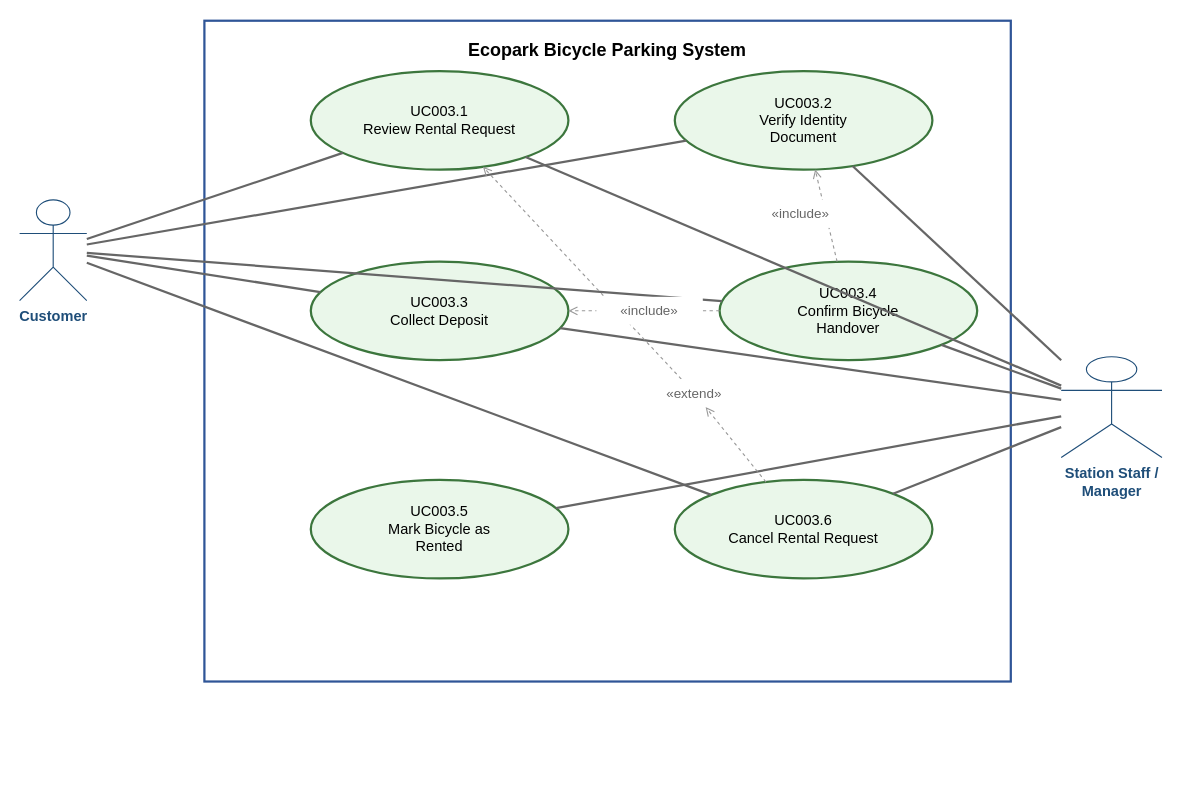
Before: page "UC003 Process Bicycle Rental and Deposit" (4 of 6) of docs/BikeSharing_UseCase_Diagrams.drawio in sontungkieu/2025.2-IT3180E-SE, a draw.io diagram. Source tidied: cells renumbered, new cells numbered last; positions are measured from the earlier drawing's top-left corner, leaving out a move shared by most shapes. Both pictures are drawn from the tidied source at 112%, with x=0, y=0 at pixel (19, 20).
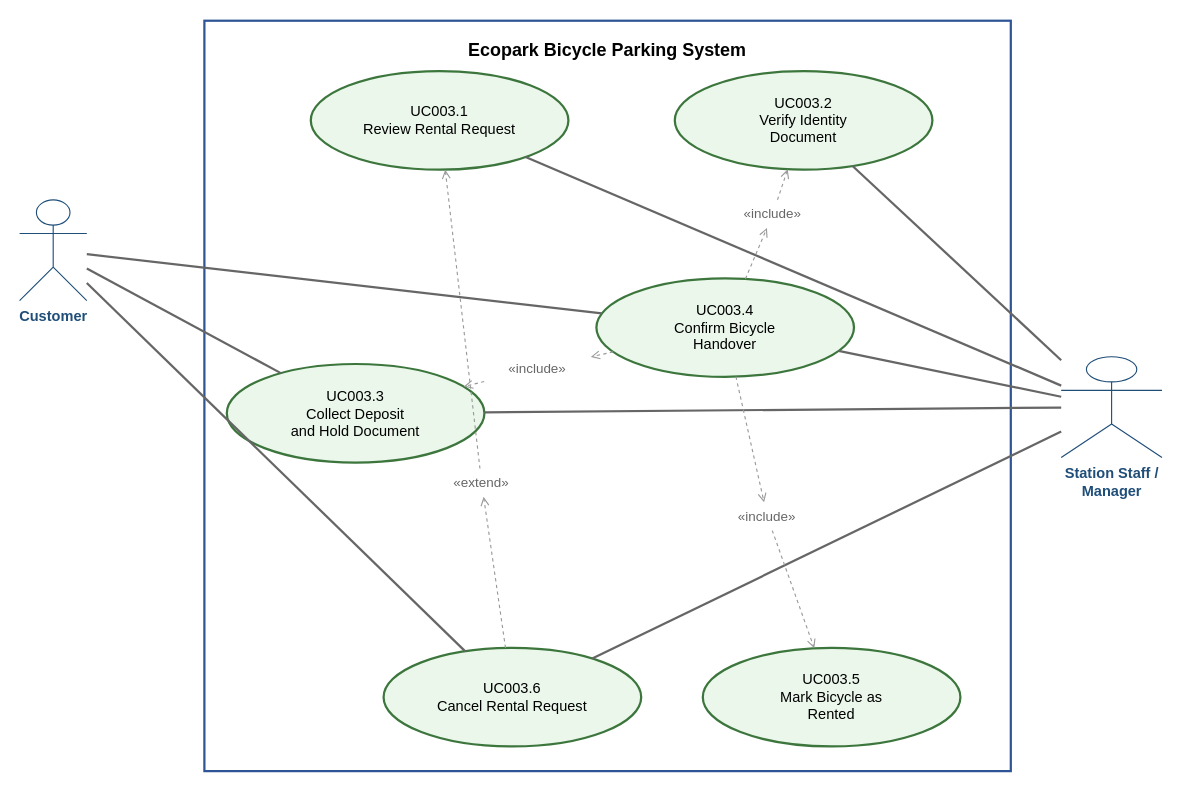
After the change.

Unchanged cells that the change refers to:
```xml
<mxCell id="3" value="Customer" style="shape=umlActor;verticalLabelPosition=bottom;verticalAlign=top;html=1;outlineConnect=0;strokeColor=#1F4E79;fontColor=#1F4E79;fontStyle=1;fontSize=13;" parent="1" vertex="1">
  <mxGeometry y="160" width="60" height="90" as="geometry" />
</mxCell>
<mxCell id="4" value="Station Staff /&#10;Manager" style="shape=umlActor;verticalLabelPosition=bottom;verticalAlign=top;html=1;outlineConnect=0;strokeColor=#1F4E79;fontColor=#1F4E79;fontStyle=1;fontSize=13;" parent="1" vertex="1">
  <mxGeometry x="930" y="300" width="90" height="90" as="geometry" />
</mxCell>
```

Diff of the diagram source:
```diff
@@
     <mxCell id="2" value="Ecopark Bicycle Parking System" style="rounded=0;whiteSpace=wrap;html=1;fillColor=none;strokeColor=#2F5597;strokeWidth=2;fontStyle=1;verticalAlign=top;spacingTop=10;fontSize=16;" parent="1" vertex="1">
-      <mxGeometry x="165" width="720" height="590" as="geometry" />
+      <mxGeometry x="165" width="720" height="670" as="geometry" />
     </mxCell>
@@
-    <mxCell id="5" value="UC003.1&#10;Review Rental Request" style="ellipse;whiteSpace=wrap;html=1;fillColor=#EAF7EA;strokeColor=#3C763D;strokeWidth=2;fontSize=13;" parent="1" vertex="1">
+    <mxCell id="5" value="UC003.1&#10;Review Rental Request" style="ellipse;whiteSpace=wrap;html=1;fillColor=#EAF7EA;strokeColor=#3C763D;strokeWidth=2;fontSize=13;fontColor=#000000;" parent="1" vertex="1">
       <mxGeometry x="260" y="45" width="230" height="88" as="geometry" />
     </mxCell>
-    <mxCell id="6" value="UC003.2&#10;Verify Identity&#10;Document" style="ellipse;whiteSpace=wrap;html=1;fillColor=#EAF7EA;strokeColor=#3C763D;strokeWidth=2;fontSize=13;" parent="1" vertex="1">
+    <mxCell id="6" value="UC003.2&#10;Verify Identity&#10;Document" style="ellipse;whiteSpace=wrap;html=1;fillColor=#EAF7EA;strokeColor=#3C763D;strokeWidth=2;fontSize=13;fontColor=#000000;" parent="1" vertex="1">
       <mxGeometry x="585" y="45" width="230" height="88" as="geometry" />
     </mxCell>
-    <mxCell id="7" value="UC003.3&#10;Collect Deposit" style="ellipse;whiteSpace=wrap;html=1;fillColor=#EAF7EA;strokeColor=#3C763D;strokeWidth=2;fontSize=13;" parent="1" vertex="1">
-      <mxGeometry x="260" y="215" width="230" height="88" as="geometry" />
+    <mxCell id="7" value="UC003.3&#10;Collect Deposit&#10;and Hold Document" style="ellipse;whiteSpace=wrap;html=1;fillColor=#EAF7EA;strokeColor=#3C763D;strokeWidth=2;fontSize=13;fontColor=#000000;" parent="1" vertex="1">
+      <mxGeometry x="185" y="306.5" width="230" height="88" as="geometry" />
     </mxCell>
-    <mxCell id="8" value="UC003.4&#10;Confirm Bicycle&#10;Handover" style="ellipse;whiteSpace=wrap;html=1;fillColor=#EAF7EA;strokeColor=#3C763D;strokeWidth=2;fontSize=13;" parent="1" vertex="1">
-      <mxGeometry x="625" y="215" width="230" height="88" as="geometry" />
+    <mxCell id="8" value="UC003.4&#10;Confirm Bicycle&#10;Handover" style="ellipse;whiteSpace=wrap;html=1;fillColor=#EAF7EA;strokeColor=#3C763D;strokeWidth=2;fontSize=13;fontColor=#000000;" parent="1" vertex="1">
+      <mxGeometry x="515" y="230" width="230" height="88" as="geometry" />
     </mxCell>
-    <mxCell id="9" value="UC003.5&#10;Mark Bicycle as&#10;Rented" style="ellipse;whiteSpace=wrap;html=1;fillColor=#EAF7EA;strokeColor=#3C763D;strokeWidth=2;fontSize=13;" parent="1" vertex="1">
-      <mxGeometry x="260" y="410" width="230" height="88" as="geometry" />
+    <mxCell id="9" value="UC003.5&#10;Mark Bicycle as&#10;Rented" style="ellipse;whiteSpace=wrap;html=1;fillColor=#EAF7EA;strokeColor=#3C763D;strokeWidth=2;fontSize=13;fontColor=#000000;" parent="1" vertex="1">
+      <mxGeometry x="610" y="560" width="230" height="88" as="geometry" />
     </mxCell>
-    <mxCell id="10" value="UC003.6&#10;Cancel Rental Request" style="ellipse;whiteSpace=wrap;html=1;fillColor=#EAF7EA;strokeColor=#3C763D;strokeWidth=2;fontSize=13;" parent="1" vertex="1">
-      <mxGeometry x="585" y="410" width="230" height="88" as="geometry" />
+    <mxCell id="10" value="UC003.6&#10;Cancel Rental Request" style="ellipse;whiteSpace=wrap;html=1;fillColor=#EAF7EA;strokeColor=#3C763D;strokeWidth=2;fontSize=13;fontColor=#000000;" parent="1" vertex="1">
+      <mxGeometry x="325" y="560" width="230" height="88" as="geometry" />
     </mxCell>
-    <mxCell id="11" style="endArrow=none;html=1;strokeColor=#666666;strokeWidth=2;" parent="1" edge="1" source="3" target="5">
-      <mxGeometry relative="1" as="geometry" />
-    </mxCell>
@@
-    <mxCell id="13" style="endArrow=none;html=1;strokeColor=#666666;strokeWidth=2;" parent="1" edge="1" source="3" target="6">
-      <mxGeometry relative="1" as="geometry" />
-    </mxCell>
@@
-    <mxCell id="19" style="endArrow=none;html=1;strokeColor=#666666;strokeWidth=2;" parent="1" edge="1" source="4" target="9">
-      <mxGeometry relative="1" as="geometry" />
-    </mxCell>
@@
-    <mxCell id="22" style="endArrow=open;html=1;dashed=1;strokeColor=#999999;fontSize=12;" parent="1" edge="1" source="8" target="6">
+    <mxCell id="22" style="endArrow=open;html=1;dashed=1;strokeColor=#999999;fontSize=12;" parent="1" edge="1" source="25" target="6">
       <mxGeometry relative="1" as="geometry" />
     </mxCell>
-    <mxCell id="23" style="endArrow=open;html=1;dashed=1;strokeColor=#999999;fontSize=12;" parent="1" edge="1" source="8" target="7">
+    <mxCell id="23" style="endArrow=open;html=1;dashed=1;strokeColor=#999999;fontSize=12;" parent="1" edge="1" source="26" target="7">
       <mxGeometry relative="1" as="geometry" />
     </mxCell>
@@
-    <mxCell id="25" value="&amp;laquo;include&amp;raquo;" style="text;html=1;strokeColor=none;fillColor=#FFFFFF;fontSize=12;fontColor=#666666;align=center;verticalAlign=middle;whiteSpace=wrap;" parent="1" vertex="1">
-      <mxGeometry x="650" y="160" width="95" height="25" as="geometry" />
-    </mxCell>
-    <mxCell id="26" value="&amp;laquo;include&amp;raquo;" style="text;html=1;strokeColor=none;fillColor=#FFFFFF;fontSize=12;fontColor=#666666;align=center;verticalAlign=middle;whiteSpace=wrap;" parent="1" vertex="1">
-      <mxGeometry x="515" y="246.5" width="95" height="25" as="geometry" />
-    </mxCell>
@@
     <mxCell id="28" value="&amp;laquo;extend&amp;raquo;" style="text;html=1;strokeColor=none;fillColor=#FFFFFF;fontSize=12;fontColor=#666666;align=center;verticalAlign=middle;whiteSpace=wrap;" parent="1" vertex="1">
-      <mxGeometry x="555" y="320" width="95" height="25" as="geometry" />
+      <mxGeometry x="365" y="400" width="95" height="25" as="geometry" />
     </mxCell>
+    <mxCell id="29" style="endArrow=open;html=1;dashed=1;strokeColor=#999999;fontSize=12;" parent="1" edge="1" source="8" target="26">
+      <mxGeometry relative="1" as="geometry" />
+    </mxCell>
+    <mxCell id="26" value="&amp;laquo;include&amp;raquo;" style="text;html=1;strokeColor=none;fillColor=#FFFFFF;fontSize=12;fontColor=#666666;align=center;verticalAlign=middle;whiteSpace=wrap;" parent="1" vertex="1">
+      <mxGeometry x="415" y="298" width="95" height="25" as="geometry" />
+    </mxCell>
+    <mxCell id="30" style="endArrow=open;html=1;dashed=1;strokeColor=#999999;fontSize=12;" parent="1" edge="1" source="8" target="25">
+      <mxGeometry relative="1" as="geometry" />
+    </mxCell>
+    <mxCell id="25" value="&amp;laquo;include&amp;raquo;" style="text;html=1;strokeColor=none;fillColor=#FFFFFF;fontSize=12;fontColor=#666666;align=center;verticalAlign=middle;whiteSpace=wrap;" parent="1" vertex="1">
+      <mxGeometry x="625" y="160" width="95" height="25" as="geometry" />
+    </mxCell>
+    <mxCell id="31" style="endArrow=open;html=1;dashed=1;strokeColor=#999999;fontSize=12;" parent="1" edge="1" source="33" target="9">
+      <mxGeometry relative="1" as="geometry" />
+    </mxCell>
+    <mxCell id="32" style="endArrow=open;html=1;dashed=1;strokeColor=#999999;fontSize=12;" parent="1" edge="1" source="8" target="33">
+      <mxGeometry relative="1" as="geometry" />
+    </mxCell>
+    <mxCell id="33" value="&amp;laquo;include&amp;raquo;" style="text;html=1;strokeColor=none;fillColor=#FFFFFF;fontSize=12;fontColor=#666666;align=center;verticalAlign=middle;whiteSpace=wrap;" parent="1" vertex="1">
+      <mxGeometry x="620" y="430" width="95" height="25" as="geometry" />
+    </mxCell>
```
